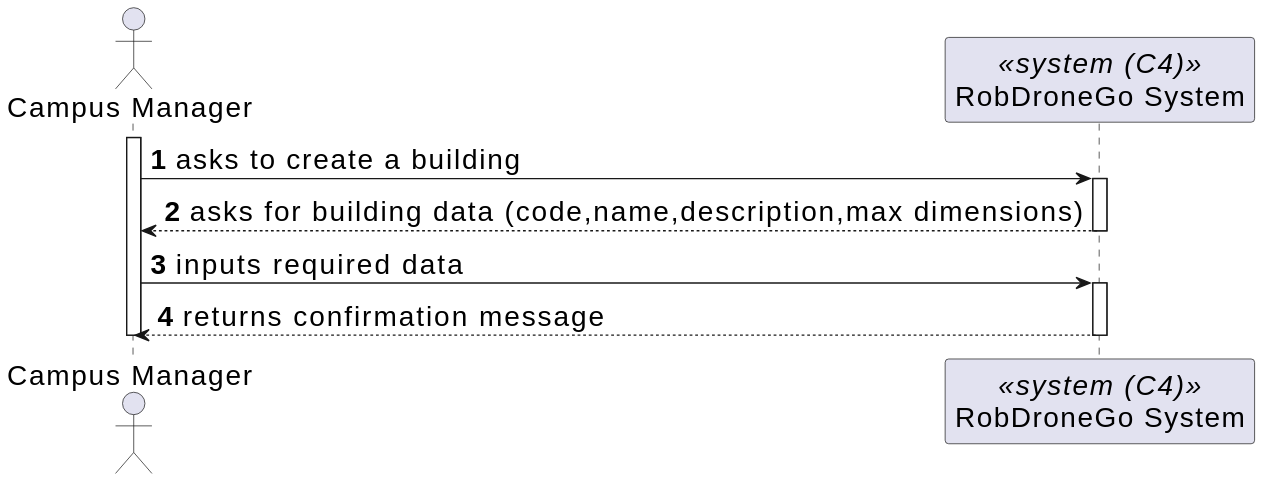
miseEnPlace-dev/lapr5 keeps this PlantUML diagram as _wiki/sprint-b/us25-1070/views/level-1/assets/process-view.svg. Above is the earlier version. Source of this version:
```plantuml
@startuml
skinparamlocked defaultFontSize 20
autonumber

actor CM as "Campus Manager"
participant SYS as "RobDroneGo System" <<system (C4)>>

activate CM

CM -> SYS : asks to create a building
activate SYS

CM <-- SYS : asks for building data (code,name,description,max dimensions)
deactivate SYS

CM -> SYS : inputs required data
activate SYS

CM <-- SYS : returns confirmation message
deactivate SYS


deactivate CM
@enduml
```
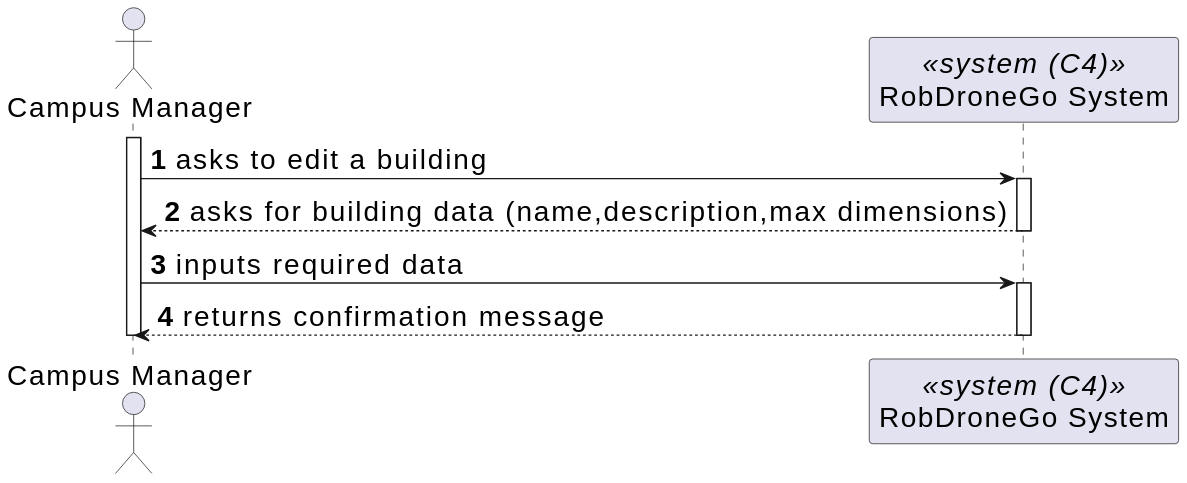
The same file after the commit.

Change to the diagram source:
```diff
@@ -7,10 +7,10 @@
 
 activate CM
 
-CM -> SYS : asks to create a building
+CM -> SYS : asks to edit a building
 activate SYS
 
-CM <-- SYS : asks for building data (code,name,description,max dimensions)
+CM <-- SYS : asks for building data (name,description,max dimensions)
 deactivate SYS
 
 CM -> SYS : inputs required data
```
